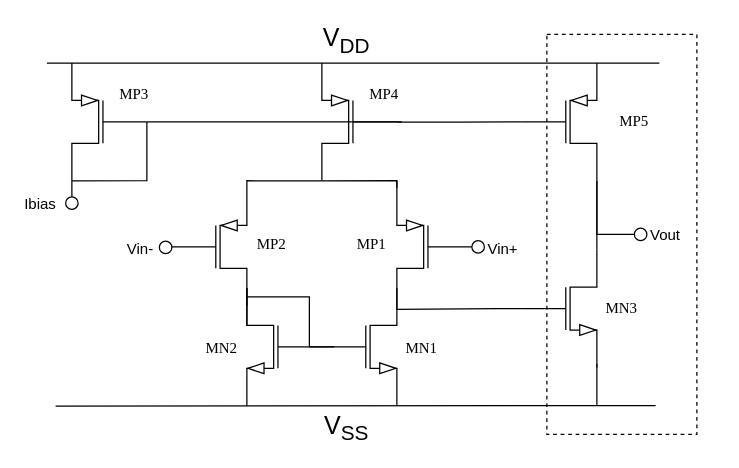
The draw.io diagram siam.drawio in FranciscoPRosa/NEEC_test, before the edit. Source tidied: cells renumbered, new cells numbered last; positions are measured from the earlier drawing's top-left corner, leaving out a move shared by most shapes. Both pictures are drawn from the tidied source at 125%, with x=0, y=0 at pixel (21, 21).
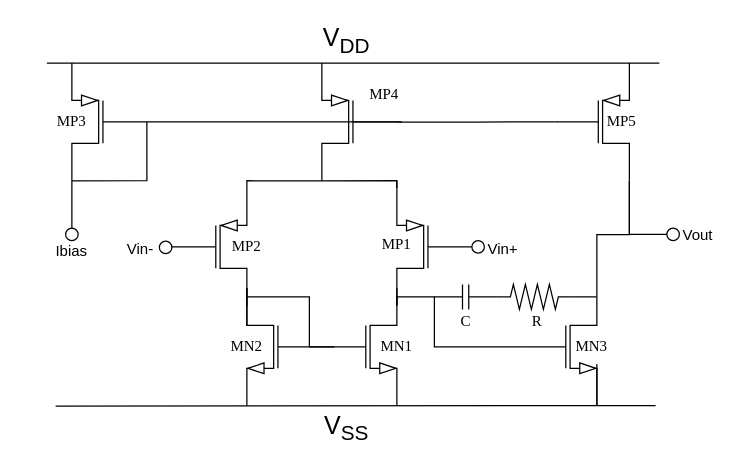
The same diagram, later.

Unchanged cells that the change refers to:
```xml
<mxCell id="5" style="verticalLabelPosition=bottom;shadow=0;dashed=0;align=center;html=1;verticalAlign=top;shape=mxgraph.electrical.transistors.pmos;flipV=0;flipH=1;" parent="1" vertex="1">
  <mxGeometry x="300" y="130" width="60" height="100" as="geometry" />
</mxCell>
```

What changed in the source:
```diff
@@
-    <mxCell id="2" style="edgeStyle=orthogonalEdgeStyle;rounded=0;orthogonalLoop=1;jettySize=auto;html=1;exitX=1;exitY=1;exitDx=0;exitDy=0;exitPerimeter=0;endArrow=none;endFill=0;" parent="1" edge="1">
+    <mxCell id="2" style="edgeStyle=orthogonalEdgeStyle;rounded=0;jettySize=auto;html=1;exitX=1;exitY=1;exitDx=0;exitDy=0;exitPerimeter=0;endArrow=none;endFill=0;entryX=0.5;entryY=0;entryDx=0;entryDy=0;" parent="1" edge="1" target="13">
       <mxGeometry relative="1" as="geometry">
         <mxPoint x="40" y="127.1" as="sourcePoint" />
-        <mxPoint x="40" y="140" as="targetPoint" />
       </mxGeometry>
     </mxCell>
@@
     <mxCell id="12" style="verticalLabelPosition=bottom;shadow=0;dashed=0;align=center;html=1;verticalAlign=top;shape=mxgraph.electrical.transistors.pmos;" parent="1" vertex="1">
-      <mxGeometry x="400" y="30" width="60" height="100" as="geometry" />
+      <mxGeometry x="426" y="30" width="60" height="100" as="geometry" />
     </mxCell>
     <mxCell id="13" style="ellipse;whiteSpace=wrap;html=1;" parent="1" vertex="1">
-      <mxGeometry x="35" y="140" width="10" height="10" as="geometry" />
+      <mxGeometry x="35" y="165" width="10" height="10" as="geometry" />
     </mxCell>
     <mxCell id="14" value="Ibias" style="text;html=1;align=center;verticalAlign=middle;whiteSpace=wrap;rounded=0;" parent="1" vertex="1">
-      <mxGeometry y="140" width="30" height="12.9" as="geometry" />
+      <mxGeometry x="25" y="177.9" width="30" height="12.9" as="geometry" />
     </mxCell>
@@
     <mxCell id="20" style="verticalLabelPosition=bottom;shadow=0;dashed=0;align=center;html=1;verticalAlign=top;shape=mxgraph.electrical.transistors.nmos;" parent="1" vertex="1">
-      <mxGeometry x="400" y="179.4" width="60" height="100" as="geometry" />
+      <mxGeometry x="400" y="210" width="60" height="100" as="geometry" />
     </mxCell>
     <mxCell id="21" value="Vout" style="text;html=1;align=center;verticalAlign=middle;whiteSpace=wrap;rounded=0;" parent="1" vertex="1">
-      <mxGeometry x="500" y="165" width="30" height="12.9" as="geometry" />
+      <mxGeometry x="526" y="165" width="30" height="12.9" as="geometry" />
     </mxCell>
     <mxCell id="22" style="ellipse;whiteSpace=wrap;html=1;" parent="1" vertex="1">
-      <mxGeometry x="490" y="165" width="10" height="10" as="geometry" />
+      <mxGeometry x="516" y="165" width="10" height="10" as="geometry" />
     </mxCell>
@@
     <mxCell id="25" style="edgeStyle=orthogonalEdgeStyle;rounded=0;jettySize=auto;html=1;exitX=0;exitY=0.5;exitDx=0;exitDy=0;exitPerimeter=0;entryX=1;entryY=1;entryDx=0;entryDy=0;entryPerimeter=0;endArrow=none;endFill=0;" parent="1" edge="1" source="20" target="5">
       <mxGeometry relative="1" as="geometry">
         <Array as="points">
-          <mxPoint x="380" y="229" />
-          <mxPoint x="300" y="230" />
+          <mxPoint x="330" y="260" />
+          <mxPoint x="330" y="220" />
+          <mxPoint x="300" y="220" />
         </Array>
       </mxGeometry>
     </mxCell>
@@
-    <mxCell id="33" style="rounded=0;whiteSpace=wrap;html=1;fillColor=none;dashed=1;" parent="1" vertex="1">
-      <mxGeometry x="420" y="10" width="120" height="320" as="geometry" />
-    </mxCell>
@@
     <mxCell id="35" value="&lt;font face=&quot;Garamond&quot;&gt;MP1&lt;/font&gt;" style="text;html=1;align=center;verticalAlign=middle;whiteSpace=wrap;rounded=0;" parent="1" vertex="1">
-      <mxGeometry x="260" y="160" width="40" height="36.9" as="geometry" />
+      <mxGeometry x="280" y="160" width="40" height="36.9" as="geometry" />
     </mxCell>
     <mxCell id="36" value="&lt;font face=&quot;Garamond&quot;&gt;MP2&lt;/font&gt;" style="text;html=1;align=center;verticalAlign=middle;whiteSpace=wrap;rounded=0;" parent="1" vertex="1">
-      <mxGeometry x="180" y="160" width="40" height="36.9" as="geometry" />
+      <mxGeometry x="160" y="162" width="40" height="36.9" as="geometry" />
     </mxCell>
@@
     <mxCell id="38" value="&lt;font face=&quot;Garamond&quot;&gt;MP3&lt;/font&gt;" style="text;html=1;align=center;verticalAlign=middle;whiteSpace=wrap;rounded=0;" parent="1" vertex="1">
-      <mxGeometry x="70" y="40" width="40" height="36.9" as="geometry" />
+      <mxGeometry x="20" y="61.6" width="40" height="36.9" as="geometry" />
     </mxCell>
     <mxCell id="39" value="&lt;font face=&quot;Garamond&quot;&gt;MP5&lt;/font&gt;" style="text;html=1;align=center;verticalAlign=middle;whiteSpace=wrap;rounded=0;" parent="1" vertex="1">
-      <mxGeometry x="470" y="61.6" width="40" height="36.9" as="geometry" />
+      <mxGeometry x="460" y="61.6" width="40" height="36.9" as="geometry" />
     </mxCell>
     <mxCell id="40" value="&lt;font face=&quot;Garamond&quot;&gt;MN1&lt;/font&gt;" style="text;html=1;align=center;verticalAlign=middle;whiteSpace=wrap;rounded=0;" parent="1" vertex="1">
-      <mxGeometry x="300" y="242.6" width="40" height="36.9" as="geometry" />
+      <mxGeometry x="280" y="241.6" width="40" height="36.9" as="geometry" />
     </mxCell>
     <mxCell id="41" value="&lt;font face=&quot;Garamond&quot;&gt;MN2&lt;/font&gt;" style="text;html=1;align=center;verticalAlign=middle;whiteSpace=wrap;rounded=0;" parent="1" vertex="1">
-      <mxGeometry x="140" y="242.6" width="40" height="36.9" as="geometry" />
+      <mxGeometry x="160" y="241.6" width="40" height="36.9" as="geometry" />
     </mxCell>
     <mxCell id="42" value="&lt;font face=&quot;Garamond&quot;&gt;MN3&lt;/font&gt;" style="text;html=1;align=center;verticalAlign=middle;whiteSpace=wrap;rounded=0;" parent="1" vertex="1">
-      <mxGeometry x="460" y="211" width="40" height="36.9" as="geometry" />
+      <mxGeometry x="436" y="241.6" width="40" height="36.9" as="geometry" />
     </mxCell>
+    <mxCell id="43" style="verticalLabelPosition=bottom;shadow=0;dashed=0;align=center;html=1;verticalAlign=top;shape=mxgraph.electrical.resistors.resistor_2;" parent="1" vertex="1">
+      <mxGeometry x="380" y="210" width="60" height="20" as="geometry" />
+    </mxCell>
+    <mxCell id="44" style="verticalLabelPosition=bottom;shadow=0;dashed=0;align=center;html=1;verticalAlign=top;shape=mxgraph.electrical.capacitors.capacitor_1;" parent="1" vertex="1">
+      <mxGeometry x="330" y="210" width="50" height="20" as="geometry" />
+    </mxCell>
+    <mxCell id="45" style="edgeStyle=orthogonalEdgeStyle;rounded=0;jettySize=auto;html=1;exitX=1;exitY=0.5;exitDx=0;exitDy=0;exitPerimeter=0;entryX=0.996;entryY=0.081;entryDx=0;entryDy=0;entryPerimeter=0;endArrow=none;endFill=0;" parent="1" edge="1" source="43" target="20">
+      <mxGeometry relative="1" as="geometry" />
+    </mxCell>
+    <mxCell id="46" value="&lt;font face=&quot;Garamond&quot;&gt;C&lt;/font&gt;" style="text;html=1;align=center;verticalAlign=middle;whiteSpace=wrap;rounded=0;" parent="1" vertex="1">
+      <mxGeometry x="342.5" y="230" width="25" height="20" as="geometry" />
+    </mxCell>
+    <mxCell id="47" value="&lt;font face=&quot;Garamond&quot;&gt;R&lt;/font&gt;" style="text;html=1;align=center;verticalAlign=middle;whiteSpace=wrap;rounded=0;" parent="1" vertex="1">
+      <mxGeometry x="400" y="230" width="25" height="20" as="geometry" />
+    </mxCell>
```
